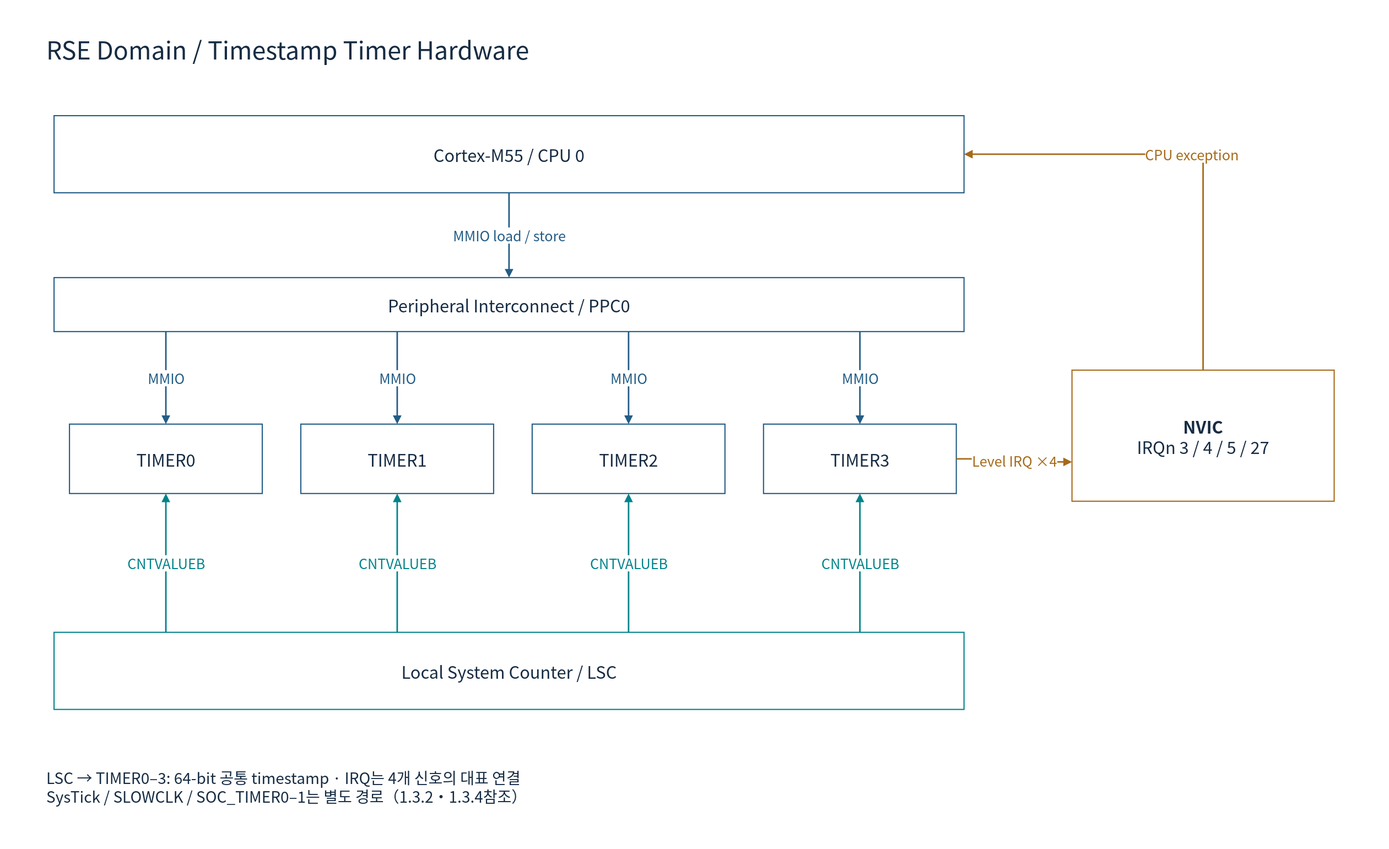
Above: doc/phase1/timer/diagrams/01rse-a-hardware.drawio.svg in cometzero/project-apollo (draw.io), before the change. Source tidied: cells renumbered, new cells last; positions are measured from the earlier drawing's top-left corner, leaving out a move shared by most shapes.
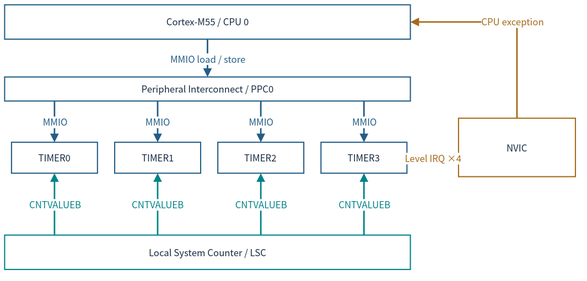
The same file after the commit.

What changed in the source:
```diff
@@ -2,75 +2,66 @@
   <root>
     <mxCell id="0" />
     <mxCell id="1" parent="0" />
-    <mxCell id="2" style="rounded=0;whiteSpace=wrap;html=1;fillColor=#FFFFFF;strokeColor=none;strokeWidth=1.5;fontColor=#172C43;fontFamily=Noto Sans CJK KR;fontSize=22;spacing=10;" parent="1" vertex="1">
-      <mxGeometry width="1800" height="1100" as="geometry" />
-    </mxCell>
-    <mxCell id="3" value="RSE Domain / Timestamp Timer Hardware" style="rounded=0;whiteSpace=wrap;html=1;fillColor=#FFFFFF;strokeColor=none;strokeWidth=1.5;fontColor=#172C43;fontFamily=Noto Sans CJK KR;fontSize=22;spacing=10;fontSize=32;align=left;" parent="1" vertex="1">
-      <mxGeometry x="50" y="30" width="1700" height="65" as="geometry" />
-    </mxCell>
-    <mxCell id="4" value="Cortex-M55 / CPU 0" style="rounded=0;whiteSpace=wrap;html=1;fillColor=#FFFFFF;strokeColor=#235D86;strokeWidth=1.5;fontColor=#172C43;fontFamily=Noto Sans CJK KR;fontSize=22;spacing=10;" parent="1" vertex="1">
-      <mxGeometry x="70" y="150" width="1180" height="100" as="geometry" />
+    <mxCell id="4" value="Cortex-M55 / CPU 0" style="rounded=0;whiteSpace=wrap;html=1;fillColor=#FFFFFF;strokeColor=#235D86;strokeWidth=1.5;fontColor=#172C43;fontFamily=Noto Sans CJK KR;fontSize=12;spacing=3;whiteSpace=wrap;" parent="1" vertex="1">
+      <mxGeometry x="12" y="12" width="526" height="44.6" as="geometry" />
     </mxCell>
-    <mxCell id="5" value="Peripheral Interconnect / PPC0" style="rounded=0;whiteSpace=wrap;html=1;fillColor=#FFFFFF;strokeColor=#235D86;strokeWidth=1.5;fontColor=#172C43;fontFamily=Noto Sans CJK KR;fontSize=22;spacing=10;" parent="1" vertex="1">
-      <mxGeometry x="70" y="360" width="1180" height="70" as="geometry" />
+    <mxCell id="5" value="Peripheral Interconnect / PPC0" style="rounded=0;whiteSpace=wrap;html=1;fillColor=#FFFFFF;strokeColor=#235D86;strokeWidth=1.5;fontColor=#172C43;fontFamily=Noto Sans CJK KR;fontSize=12;spacing=3;whiteSpace=wrap;" parent="1" vertex="1">
+      <mxGeometry x="12" y="105.6" width="526" height="31.2" as="geometry" />
     </mxCell>
-    <mxCell id="6" value="MMIO load / store" style="edgeStyle=orthogonalEdgeStyle;rounded=0;html=1;endArrow=block;endFill=1;strokeWidth=2;strokeColor=#235D86;fontColor=#235D86;fontFamily=Noto Sans CJK KR;fontSize=18;labelBackgroundColor=#FFFFFF;exitX=0.5;exitY=1;entryX=0.5;entryY=0;" parent="1" edge="1" source="4" target="5">
+    <mxCell id="6" value="MMIO load / store" style="edgeStyle=orthogonalEdgeStyle;rounded=0;html=1;endArrow=block;endFill=1;strokeWidth=2;strokeColor=#235D86;fontColor=#235D86;fontFamily=Noto Sans CJK KR;labelBackgroundColor=#FFFFFF;exitX=0.5;exitY=1;entryX=0.5;entryY=0;fontSize=12;spacing=3;whiteSpace=nowrap;" parent="1" edge="1" source="4" target="5">
       <mxGeometry relative="1" as="geometry" />
     </mxCell>
-    <mxCell id="7" value="TIMER0" style="rounded=0;whiteSpace=wrap;html=1;fillColor=#FFFFFF;strokeColor=#235D86;strokeWidth=1.5;fontColor=#172C43;fontFamily=Noto Sans CJK KR;fontSize=22;spacing=10;" parent="1" vertex="1">
-      <mxGeometry x="90" y="550" width="250" height="90" as="geometry" />
+    <mxCell id="7" value="TIMER0" style="rounded=0;whiteSpace=wrap;html=1;fillColor=#FFFFFF;strokeColor=#235D86;strokeWidth=1.5;fontColor=#172C43;fontFamily=Noto Sans CJK KR;fontSize=12;spacing=3;whiteSpace=wrap;" parent="1" vertex="1">
+      <mxGeometry x="20.9" y="190.3" width="111.5" height="40.1" as="geometry" />
     </mxCell>
-    <mxCell id="8" value="MMIO" style="edgeStyle=orthogonalEdgeStyle;rounded=0;html=1;endArrow=block;endFill=1;strokeWidth=2;strokeColor=#235D86;fontColor=#235D86;fontFamily=Noto Sans CJK KR;fontSize=18;labelBackgroundColor=#FFFFFF;exitX=0.1228813559322034;exitY=1;entryX=0.5;entryY=0;" parent="1" edge="1" source="5" target="7">
+    <mxCell id="8" value="MMIO" style="edgeStyle=orthogonalEdgeStyle;rounded=0;html=1;endArrow=block;endFill=1;strokeWidth=2;strokeColor=#235D86;fontColor=#235D86;fontFamily=Noto Sans CJK KR;labelBackgroundColor=#FFFFFF;exitX=0.1228813559322034;exitY=1;entryX=0.5;entryY=0;fontSize=12;spacing=3;whiteSpace=nowrap;" parent="1" edge="1" source="5" target="7">
       <mxGeometry relative="1" as="geometry" />
     </mxCell>
-    <mxCell id="9" value="TIMER1" style="rounded=0;whiteSpace=wrap;html=1;fillColor=#FFFFFF;strokeColor=#235D86;strokeWidth=1.5;fontColor=#172C43;fontFamily=Noto Sans CJK KR;fontSize=22;spacing=10;" parent="1" vertex="1">
-      <mxGeometry x="390" y="550" width="250" height="90" as="geometry" />
+    <mxCell id="9" value="TIMER1" style="rounded=0;whiteSpace=wrap;html=1;fillColor=#FFFFFF;strokeColor=#235D86;strokeWidth=1.5;fontColor=#172C43;fontFamily=Noto Sans CJK KR;fontSize=12;spacing=3;whiteSpace=wrap;" parent="1" vertex="1">
+      <mxGeometry x="154.7" y="190.3" width="111.5" height="40.1" as="geometry" />
     </mxCell>
-    <mxCell id="10" value="MMIO" style="edgeStyle=orthogonalEdgeStyle;rounded=0;html=1;endArrow=block;endFill=1;strokeWidth=2;strokeColor=#235D86;fontColor=#235D86;fontFamily=Noto Sans CJK KR;fontSize=18;labelBackgroundColor=#FFFFFF;exitX=0.3771186440677966;exitY=1;entryX=0.5;entryY=0;" parent="1" edge="1" source="5" target="9">
+    <mxCell id="10" value="MMIO" style="edgeStyle=orthogonalEdgeStyle;rounded=0;html=1;endArrow=block;endFill=1;strokeWidth=2;strokeColor=#235D86;fontColor=#235D86;fontFamily=Noto Sans CJK KR;labelBackgroundColor=#FFFFFF;exitX=0.3771186440677966;exitY=1;entryX=0.5;entryY=0;fontSize=12;spacing=3;whiteSpace=nowrap;" parent="1" edge="1" source="5" target="9">
       <mxGeometry relative="1" as="geometry" />
     </mxCell>
-    <mxCell id="11" value="TIMER2" style="rounded=0;whiteSpace=wrap;html=1;fillColor=#FFFFFF;strokeColor=#235D86;strokeWidth=1.5;fontColor=#172C43;fontFamily=Noto Sans CJK KR;fontSize=22;spacing=10;" parent="1" vertex="1">
-      <mxGeometry x="690" y="550" width="250" height="90" as="geometry" />
+    <mxCell id="11" value="TIMER2" style="rounded=0;whiteSpace=wrap;html=1;fillColor=#FFFFFF;strokeColor=#235D86;strokeWidth=1.5;fontColor=#172C43;fontFamily=Noto Sans CJK KR;fontSize=12;spacing=3;whiteSpace=wrap;" parent="1" vertex="1">
+      <mxGeometry x="288.4" y="190.3" width="111.5" height="40.1" as="geometry" />
     </mxCell>
-    <mxCell id="12" value="MMIO" style="edgeStyle=orthogonalEdgeStyle;rounded=0;html=1;endArrow=block;endFill=1;strokeWidth=2;strokeColor=#235D86;fontColor=#235D86;fontFamily=Noto Sans CJK KR;fontSize=18;labelBackgroundColor=#FFFFFF;exitX=0.6313559322033898;exitY=1;entryX=0.5;entryY=0;" parent="1" edge="1" source="5" target="11">
+    <mxCell id="12" value="MMIO" style="edgeStyle=orthogonalEdgeStyle;rounded=0;html=1;endArrow=block;endFill=1;strokeWidth=2;strokeColor=#235D86;fontColor=#235D86;fontFamily=Noto Sans CJK KR;labelBackgroundColor=#FFFFFF;exitX=0.6313559322033898;exitY=1;entryX=0.5;entryY=0;fontSize=12;spacing=3;whiteSpace=nowrap;" parent="1" edge="1" source="5" target="11">
       <mxGeometry relative="1" as="geometry" />
     </mxCell>
-    <mxCell id="13" value="TIMER3" style="rounded=0;whiteSpace=wrap;html=1;fillColor=#FFFFFF;strokeColor=#235D86;strokeWidth=1.5;fontColor=#172C43;fontFamily=Noto Sans CJK KR;fontSize=22;spacing=10;" parent="1" vertex="1">
-      <mxGeometry x="990" y="550" width="250" height="90" as="geometry" />
+    <mxCell id="13" value="TIMER3" style="rounded=0;whiteSpace=wrap;html=1;fillColor=#FFFFFF;strokeColor=#235D86;strokeWidth=1.5;fontColor=#172C43;fontFamily=Noto Sans CJK KR;fontSize=12;spacing=3;whiteSpace=wrap;" parent="1" vertex="1">
+      <mxGeometry x="422.1" y="190.3" width="111.5" height="40.1" as="geometry" />
     </mxCell>
-    <mxCell id="14" value="MMIO" style="edgeStyle=orthogonalEdgeStyle;rounded=0;html=1;endArrow=block;endFill=1;strokeWidth=2;strokeColor=#235D86;fontColor=#235D86;fontFamily=Noto Sans CJK KR;fontSize=18;labelBackgroundColor=#FFFFFF;exitX=0.885593220338983;exitY=1;entryX=0.5;entryY=0;" parent="1" edge="1" source="5" target="13">
+    <mxCell id="14" value="MMIO" style="edgeStyle=orthogonalEdgeStyle;rounded=0;html=1;endArrow=block;endFill=1;strokeWidth=2;strokeColor=#235D86;fontColor=#235D86;fontFamily=Noto Sans CJK KR;labelBackgroundColor=#FFFFFF;exitX=0.885593220338983;exitY=1;entryX=0.5;entryY=0;fontSize=12;spacing=3;whiteSpace=nowrap;" parent="1" edge="1" source="5" target="13">
       <mxGeometry relative="1" as="geometry" />
     </mxCell>
-    <mxCell id="15" value="Local System Counter / LSC" style="rounded=0;whiteSpace=wrap;html=1;fillColor=#FFFFFF;strokeColor=#00838A;strokeWidth=1.5;fontColor=#172C43;fontFamily=Noto Sans CJK KR;fontSize=22;spacing=10;" parent="1" vertex="1">
-      <mxGeometry x="70" y="820" width="1180" height="100" as="geometry" />
+    <mxCell id="15" value="Local System Counter / LSC" style="rounded=0;whiteSpace=wrap;html=1;fillColor=#FFFFFF;strokeColor=#00838A;strokeWidth=1.5;fontColor=#172C43;fontFamily=Noto Sans CJK KR;fontSize=12;spacing=3;whiteSpace=wrap;" parent="1" vertex="1">
+      <mxGeometry x="12" y="310.7" width="526" height="44.6" as="geometry" />
     </mxCell>
-    <mxCell id="16" value="CNTVALUEB" style="edgeStyle=orthogonalEdgeStyle;rounded=0;html=1;endArrow=block;endFill=1;strokeWidth=2;strokeColor=#00838A;fontColor=#00838A;fontFamily=Noto Sans CJK KR;fontSize=18;labelBackgroundColor=#FFFFFF;exitX=0.1228813559322034;exitY=0;entryX=0.5;entryY=1;" parent="1" edge="1" source="15" target="7">
+    <mxCell id="16" value="CNTVALUEB" style="edgeStyle=orthogonalEdgeStyle;rounded=0;html=1;endArrow=block;endFill=1;strokeWidth=2;strokeColor=#00838A;fontColor=#00838A;fontFamily=Noto Sans CJK KR;labelBackgroundColor=#FFFFFF;exitX=0.1228813559322034;exitY=0;entryX=0.5;entryY=1;fontSize=12;spacing=3;whiteSpace=nowrap;" parent="1" edge="1" source="15" target="7">
       <mxGeometry relative="1" as="geometry" />
     </mxCell>
-    <mxCell id="17" value="CNTVALUEB" style="edgeStyle=orthogonalEdgeStyle;rounded=0;html=1;endArrow=block;endFill=1;strokeWidth=2;strokeColor=#00838A;fontColor=#00838A;fontFamily=Noto Sans CJK KR;fontSize=18;labelBackgroundColor=#FFFFFF;exitX=0.3771186440677966;exitY=0;entryX=0.5;entryY=1;" parent="1" edge="1" source="15" target="9">
+    <mxCell id="17" value="CNTVALUEB" style="edgeStyle=orthogonalEdgeStyle;rounded=0;html=1;endArrow=block;endFill=1;strokeWidth=2;strokeColor=#00838A;fontColor=#00838A;fontFamily=Noto Sans CJK KR;labelBackgroundColor=#FFFFFF;exitX=0.3771186440677966;exitY=0;entryX=0.5;entryY=1;fontSize=12;spacing=3;whiteSpace=nowrap;" parent="1" edge="1" source="15" target="9">
       <mxGeometry relative="1" as="geometry" />
     </mxCell>
-    <mxCell id="18" value="CNTVALUEB" style="edgeStyle=orthogonalEdgeStyle;rounded=0;html=1;endArrow=block;endFill=1;strokeWidth=2;strokeColor=#00838A;fontColor=#00838A;fontFamily=Noto Sans CJK KR;fontSize=18;labelBackgroundColor=#FFFFFF;exitX=0.6313559322033898;exitY=0;entryX=0.5;entryY=1;" parent="1" edge="1" source="15" target="11">
+    <mxCell id="18" value="CNTVALUEB" style="edgeStyle=orthogonalEdgeStyle;rounded=0;html=1;endArrow=block;endFill=1;strokeWidth=2;strokeColor=#00838A;fontColor=#00838A;fontFamily=Noto Sans CJK KR;labelBackgroundColor=#FFFFFF;exitX=0.6313559322033898;exitY=0;entryX=0.5;entryY=1;fontSize=12;spacing=3;whiteSpace=nowrap;" parent="1" edge="1" source="15" target="11">
       <mxGeometry relative="1" as="geometry" />
     </mxCell>
-    <mxCell id="19" value="CNTVALUEB" style="edgeStyle=orthogonalEdgeStyle;rounded=0;html=1;endArrow=block;endFill=1;strokeWidth=2;strokeColor=#00838A;fontColor=#00838A;fontFamily=Noto Sans CJK KR;fontSize=18;labelBackgroundColor=#FFFFFF;exitX=0.885593220338983;exitY=0;entryX=0.5;entryY=1;" parent="1" edge="1" source="15" target="13">
+    <mxCell id="19" value="CNTVALUEB" style="edgeStyle=orthogonalEdgeStyle;rounded=0;html=1;endArrow=block;endFill=1;strokeWidth=2;strokeColor=#00838A;fontColor=#00838A;fontFamily=Noto Sans CJK KR;labelBackgroundColor=#FFFFFF;exitX=0.885593220338983;exitY=0;entryX=0.5;entryY=1;fontSize=12;spacing=3;whiteSpace=nowrap;" parent="1" edge="1" source="15" target="13">
       <mxGeometry relative="1" as="geometry" />
     </mxCell>
-    <mxCell id="20" value="&lt;b&gt;NVIC&lt;/b&gt;&lt;br&gt;IRQn 3 / 4 / 5 / 27" style="rounded=0;whiteSpace=wrap;html=1;fillColor=#FFFFFF;strokeColor=#A56A1A;strokeWidth=1.5;fontColor=#172C43;fontFamily=Noto Sans CJK KR;fontSize=22;spacing=10;" parent="1" vertex="1">
-      <mxGeometry x="1390" y="480" width="340" height="170" as="geometry" />
+    <mxCell id="20" value="NVIC" style="rounded=0;whiteSpace=wrap;html=1;fillColor=#FFFFFF;strokeColor=#A56A1A;strokeWidth=1.5;fontColor=#172C43;fontFamily=Noto Sans CJK KR;fontSize=12;spacing=3;whiteSpace=wrap;" parent="1" vertex="1">
+      <mxGeometry x="600.4" y="159.1" width="151.6" height="75.8" as="geometry" />
     </mxCell>
-    <mxCell id="21" value="Level IRQ ×4" style="edgeStyle=orthogonalEdgeStyle;rounded=0;html=1;endArrow=block;endFill=1;strokeWidth=2;strokeColor=#A56A1A;fontColor=#A56A1A;fontFamily=Noto Sans CJK KR;fontSize=18;labelBackgroundColor=#FFFFFF;exitX=1;exitY=0.5;entryX=0;entryY=0.7;" parent="1" edge="1" source="13" target="20">
+    <mxCell id="21" value="Level IRQ ×4" style="edgeStyle=orthogonalEdgeStyle;rounded=0;html=1;endArrow=block;endFill=1;strokeWidth=2;strokeColor=#A56A1A;fontColor=#A56A1A;fontFamily=Noto Sans CJK KR;labelBackgroundColor=#FFFFFF;exitX=1;exitY=0.5;entryX=0;entryY=0.7;fontSize=12;spacing=3;whiteSpace=nowrap;" parent="1" edge="1" source="13" target="20">
       <mxGeometry relative="1" as="geometry" />
     </mxCell>
-    <mxCell id="22" value="CPU exception" style="edgeStyle=orthogonalEdgeStyle;rounded=0;html=1;endArrow=block;endFill=1;strokeWidth=2;strokeColor=#A56A1A;fontColor=#A56A1A;fontFamily=Noto Sans CJK KR;fontSize=18;labelBackgroundColor=#FFFFFF;exitX=0.5;exitY=0;entryX=1;entryY=0.5;" parent="1" edge="1" source="20" target="4">
+    <mxCell id="22" value="CPU exception" style="edgeStyle=orthogonalEdgeStyle;rounded=0;html=1;endArrow=block;endFill=1;strokeWidth=2;strokeColor=#A56A1A;fontColor=#A56A1A;fontFamily=Noto Sans CJK KR;labelBackgroundColor=#FFFFFF;exitX=0.5;exitY=0;entryX=1;entryY=0.5;fontSize=12;spacing=3;whiteSpace=nowrap;" parent="1" edge="1" source="20" target="4">
       <mxGeometry relative="1" as="geometry">
         <Array as="points">
-          <mxPoint x="1560" y="200" />
+          <mxPoint x="676.2" y="34.3" />
         </Array>
       </mxGeometry>
     </mxCell>
-    <mxCell id="23" value="LSC → TIMER0–3: 64-bit 공통 timestamp · IRQ는 4개 신호의 대표 연결&lt;br&gt;SysTick / SLOWCLK / SOC_TIMER0–1는 별도 경로（1.3.2・1.3.4참조）" style="rounded=0;whiteSpace=wrap;html=1;fillColor=#FFFFFF;strokeColor=none;strokeWidth=1.5;fontColor=#172C43;fontFamily=Noto Sans CJK KR;fontSize=22;spacing=10;fontSize=20;align=left;" parent="1" vertex="1">
-      <mxGeometry x="50" y="980" width="1700" height="80" as="geometry" />
-    </mxCell>
   </root>
 </mxGraphModel>
```
